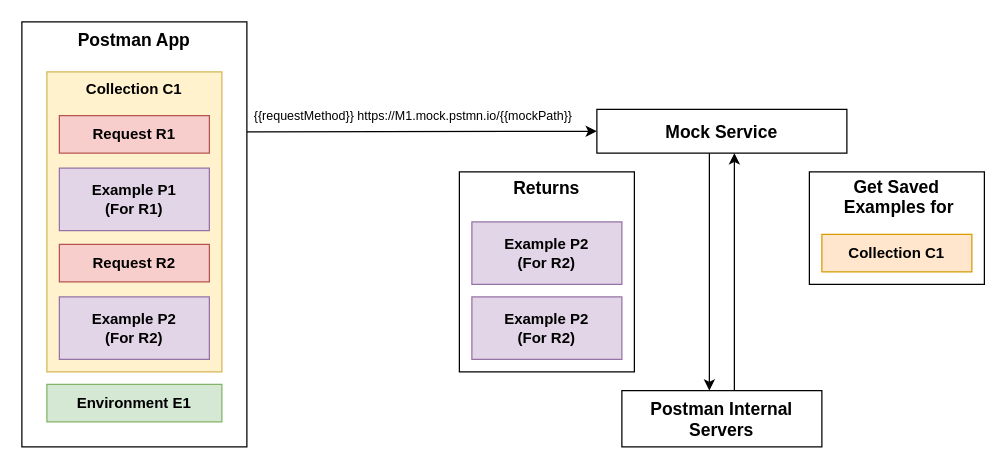
postmanlabs/labs-docs keeps this draw.io diagram as static/mock/use-mock.drawio. Above is the earlier version. Source tidied: cells renumbered, new cells numbered last; positions are measured from the earlier drawing's top-left corner, leaving out a move shared by most shapes. Both pictures are drawn from the tidied source at 125%, with x=0, y=0 at pixel (21, 21).
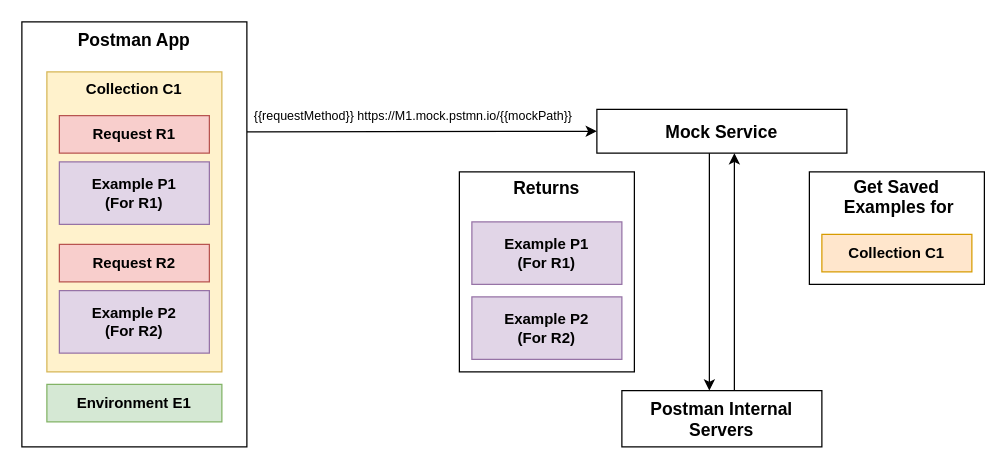
The same diagram, later.

The change refers to these unchanged cells:
```xml
<mxCell id="14" style="group;" parent="1" vertex="1">
  <mxGeometry x="350" y="120" width="140" height="160" as="geometry" />
</mxCell>
```

What changed in the source:
```diff
@@
     <mxCell id="8" value="&lt;b&gt;Example P1&lt;br&gt;(For R1)&lt;/b&gt;" style="rounded=0;whiteSpace=wrap;html=1;verticalAlign=middle;fillColor=#e1d5e7;strokeColor=#9673a6;" parent="1" vertex="1">
-      <mxGeometry x="30" y="117" width="120" height="50" as="geometry" />
+      <mxGeometry x="30" y="112" width="120" height="50" as="geometry" />
     </mxCell>
     <mxCell id="9" value="&lt;b&gt;Example P2&lt;br&gt;(For R2)&lt;/b&gt;" style="rounded=0;whiteSpace=wrap;html=1;verticalAlign=middle;fillColor=#e1d5e7;strokeColor=#9673a6;" parent="1" vertex="1">
-      <mxGeometry x="30" y="220" width="120" height="50" as="geometry" />
+      <mxGeometry x="30" y="215" width="120" height="50" as="geometry" />
     </mxCell>
@@
-    <mxCell id="16" value="&lt;b&gt;Example P2&lt;br&gt;(For R2)&lt;/b&gt;" style="rounded=0;whiteSpace=wrap;html=1;verticalAlign=middle;fillColor=#e1d5e7;strokeColor=#9673a6;" parent="14" vertex="1">
+    <mxCell id="16" value="&lt;b&gt;Example P1&lt;br&gt;(For R1)&lt;/b&gt;" style="rounded=0;whiteSpace=wrap;html=1;verticalAlign=middle;fillColor=#e1d5e7;strokeColor=#9673a6;" parent="14" vertex="1">
       <mxGeometry x="10" y="40" width="120" height="50" as="geometry" />
     </mxCell>
```
